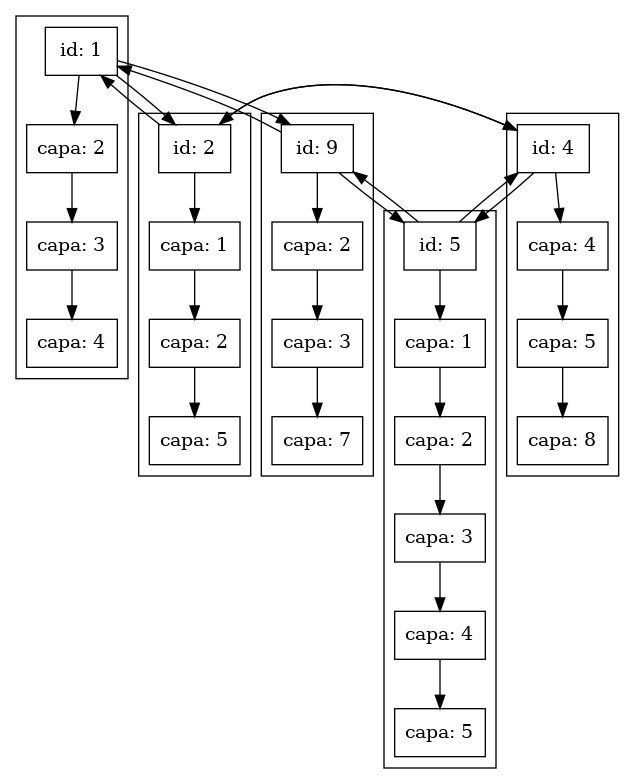
This is GeneradorFiguras/ListaImagenes.png from froi0409/GeneradorImagenes, a Graphviz export, as it was before one commit. Its source is kept beside it as GeneradorFiguras/ListaImagenes.dot.
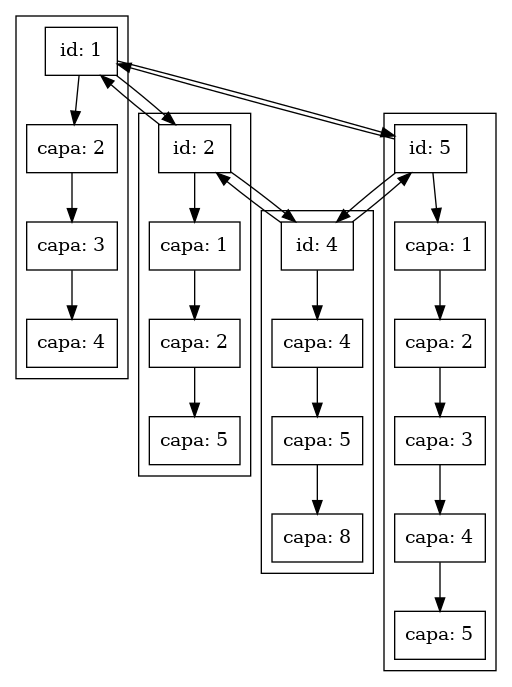
After the commit.

Diff of the diagram source:
```diff
@@ -1,4 +1,4 @@
-digraph arbol {
+digraph listaDoble {
 node [shape = record]
 subgraph cluster_1 {
 nodo1 [ label ="id: 1"];
@@ -30,21 +30,12 @@
 capa5o5 [ label ="capa: 5"];
 nodo5->capa5o1->capa5o2->capa5o3->capa5o4->capa5o5
 }
-subgraph cluster_5 {
-nodo9 [ label ="id: 9"];
-capa9o2 [ label ="capa: 2"];
-capa9o3 [ label ="capa: 3"];
-capa9o7 [ label ="capa: 7"];
-nodo9->capa9o2->capa9o3->capa9o7
-}
 nodo1->nodo2
-nodo1->nodo9
+nodo1->nodo5
 nodo2->nodo4
 nodo2->nodo1
 nodo4->nodo5
 nodo4->nodo2
-nodo5->nodo9
+nodo5->nodo1
 nodo5->nodo4
-nodo9->nodo1
-nodo9->nodo5
 }
```
